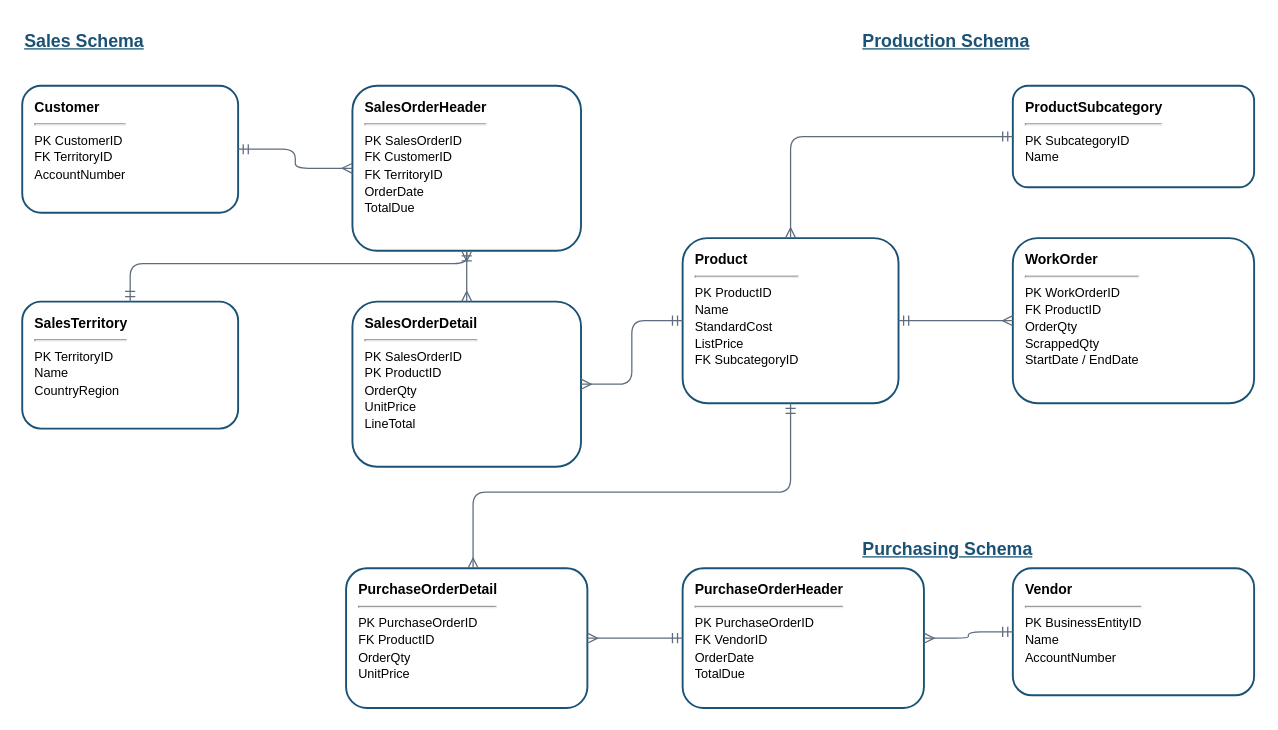
Above: visuals/ch01/src/fig-01-05-adventureworks-er.drawio in mmcodesso/Accounting_Analytics (draw.io), before the change. Source tidied: cells renumbered, new cells numbered last; positions are measured from the earlier drawing's top-left corner, leaving out a move shared by most shapes. Both pictures are drawn from the tidied source at 127%, with x=0, y=0 at pixel (22, 22).
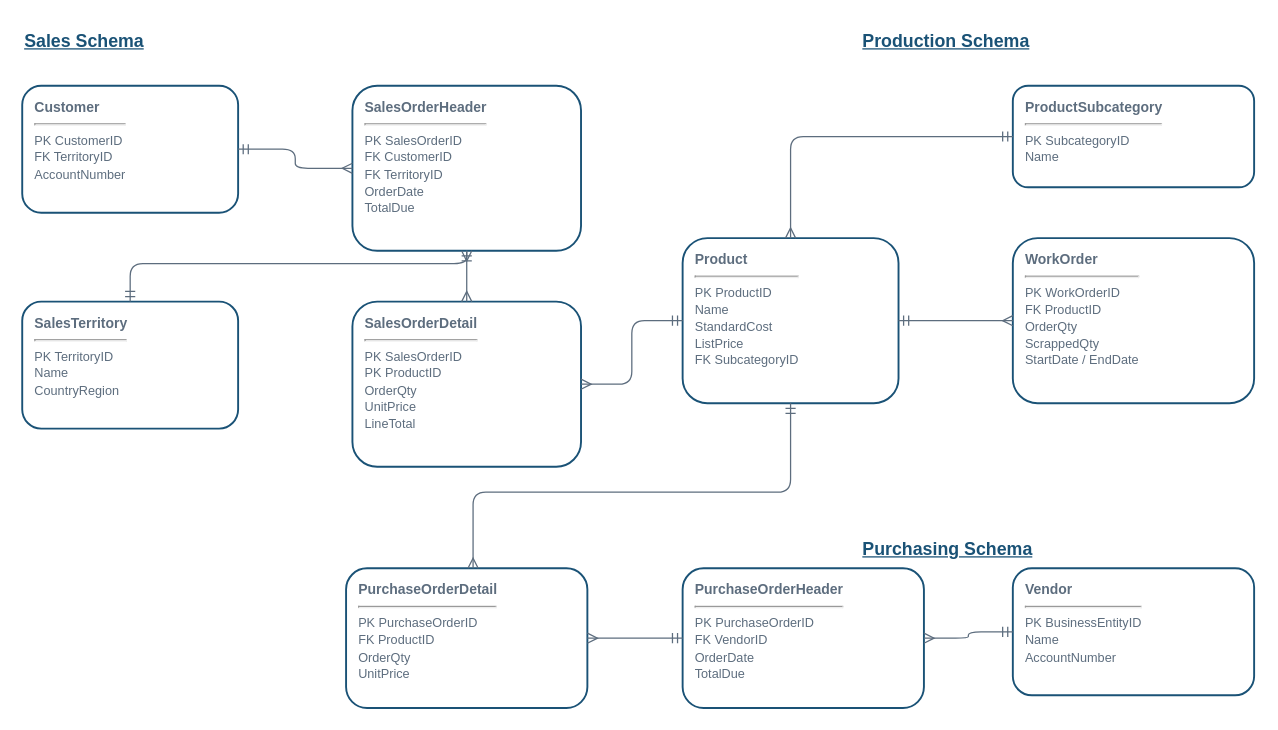
After the change.

Commit message (it also covers changes not shown here):
adjusted figures ch01

The edit, as a diff of the source:
```diff
@@
-    <mxCell id="5" value="&lt;b&gt;Customer&lt;/b&gt;&lt;hr&gt;&lt;font style='font-size:10px'&gt;PK CustomerID&lt;br&gt;FK TerritoryID&lt;br&gt;AccountNumber&lt;/font&gt;" style="rounded=1;whiteSpace=wrap;html=1;fillColor=#FFFFFF;strokeColor=#1A5276;strokeWidth=1.5;fontSize=11;fontFamily=Arial;align=left;spacingLeft=8;verticalAlign=top;spacingTop=4;" parent="1" vertex="1">
+    <mxCell id="5" value="&lt;b&gt;Customer&lt;/b&gt;&lt;hr&gt;&lt;font style=&quot;font-size:10px&quot;&gt;PK CustomerID&lt;br&gt;FK TerritoryID&lt;br&gt;AccountNumber&lt;/font&gt;" style="rounded=1;whiteSpace=wrap;html=1;fillColor=#FFFFFF;strokeColor=#1A5276;strokeWidth=1.5;fontSize=11;fontFamily=Arial;align=left;spacingLeft=8;verticalAlign=top;spacingTop=4;fontColor=#5D6D7E;" parent="1" vertex="1">
       <mxGeometry y="50" width="170" height="100" as="geometry" />
     </mxCell>
-    <mxCell id="6" value="&lt;b&gt;SalesOrderHeader&lt;/b&gt;&lt;hr&gt;&lt;font style='font-size:10px'&gt;PK SalesOrderID&lt;br&gt;FK CustomerID&lt;br&gt;FK TerritoryID&lt;br&gt;OrderDate&lt;br&gt;TotalDue&lt;/font&gt;" style="rounded=1;whiteSpace=wrap;html=1;fillColor=#FFFFFF;strokeColor=#1A5276;strokeWidth=1.5;fontSize=11;fontFamily=Arial;align=left;spacingLeft=8;verticalAlign=top;spacingTop=4;" parent="1" vertex="1">
+    <mxCell id="6" value="&lt;b&gt;SalesOrderHeader&lt;/b&gt;&lt;hr&gt;&lt;font style=&quot;font-size:10px&quot;&gt;PK SalesOrderID&lt;br&gt;FK CustomerID&lt;br&gt;FK TerritoryID&lt;br&gt;OrderDate&lt;br&gt;TotalDue&lt;/font&gt;" style="rounded=1;whiteSpace=wrap;html=1;fillColor=#FFFFFF;strokeColor=#1A5276;strokeWidth=1.5;fontSize=11;fontFamily=Arial;align=left;spacingLeft=8;verticalAlign=top;spacingTop=4;fontColor=#5D6D7E;" parent="1" vertex="1">
       <mxGeometry x="260" y="50" width="180" height="130" as="geometry" />
     </mxCell>
-    <mxCell id="7" value="&lt;b&gt;SalesOrderDetail&lt;/b&gt;&lt;hr&gt;&lt;font style='font-size:10px'&gt;PK SalesOrderID&lt;br&gt;PK ProductID&lt;br&gt;OrderQty&lt;br&gt;UnitPrice&lt;br&gt;LineTotal&lt;/font&gt;" style="rounded=1;whiteSpace=wrap;html=1;fillColor=#FFFFFF;strokeColor=#1A5276;strokeWidth=1.5;fontSize=11;fontFamily=Arial;align=left;spacingLeft=8;verticalAlign=top;spacingTop=4;" parent="1" vertex="1">
+    <mxCell id="7" value="&lt;b&gt;SalesOrderDetail&lt;/b&gt;&lt;hr&gt;&lt;font style=&quot;font-size:10px&quot;&gt;PK SalesOrderID&lt;br&gt;PK ProductID&lt;br&gt;OrderQty&lt;br&gt;UnitPrice&lt;br&gt;LineTotal&lt;/font&gt;" style="rounded=1;whiteSpace=wrap;html=1;fillColor=#FFFFFF;strokeColor=#1A5276;strokeWidth=1.5;fontSize=11;fontFamily=Arial;align=left;spacingLeft=8;verticalAlign=top;spacingTop=4;fontColor=#5D6D7E;" parent="1" vertex="1">
       <mxGeometry x="260" y="220" width="180" height="130" as="geometry" />
     </mxCell>
-    <mxCell id="8" value="&lt;b&gt;SalesTerritory&lt;/b&gt;&lt;hr&gt;&lt;font style='font-size:10px'&gt;PK TerritoryID&lt;br&gt;Name&lt;br&gt;CountryRegion&lt;/font&gt;" style="rounded=1;whiteSpace=wrap;html=1;fillColor=#FFFFFF;strokeColor=#1A5276;strokeWidth=1.5;fontSize=11;fontFamily=Arial;align=left;spacingLeft=8;verticalAlign=top;spacingTop=4;" parent="1" vertex="1">
+    <mxCell id="8" value="&lt;b&gt;SalesTerritory&lt;/b&gt;&lt;hr&gt;&lt;font style=&quot;font-size:10px&quot;&gt;PK TerritoryID&lt;br&gt;Name&lt;br&gt;CountryRegion&lt;/font&gt;" style="rounded=1;whiteSpace=wrap;html=1;fillColor=#FFFFFF;strokeColor=#1A5276;strokeWidth=1.5;fontSize=11;fontFamily=Arial;align=left;spacingLeft=8;verticalAlign=top;spacingTop=4;fontColor=#5D6D7E;" parent="1" vertex="1">
       <mxGeometry y="220" width="170" height="100" as="geometry" />
     </mxCell>
-    <mxCell id="9" value="&lt;b&gt;Product&lt;/b&gt;&lt;hr&gt;&lt;font style='font-size:10px'&gt;PK ProductID&lt;br&gt;Name&lt;br&gt;StandardCost&lt;br&gt;ListPrice&lt;br&gt;FK SubcategoryID&lt;/font&gt;" style="rounded=1;whiteSpace=wrap;html=1;fillColor=#FFFFFF;strokeColor=#1A5276;strokeWidth=1.5;fontSize=11;fontFamily=Arial;align=left;spacingLeft=8;verticalAlign=top;spacingTop=4;" parent="1" vertex="1">
+    <mxCell id="9" value="&lt;b&gt;Product&lt;/b&gt;&lt;hr&gt;&lt;font style=&quot;font-size:10px&quot;&gt;PK ProductID&lt;br&gt;Name&lt;br&gt;StandardCost&lt;br&gt;ListPrice&lt;br&gt;FK SubcategoryID&lt;/font&gt;" style="rounded=1;whiteSpace=wrap;html=1;fillColor=#FFFFFF;strokeColor=#1A5276;strokeWidth=1.5;fontSize=11;fontFamily=Arial;align=left;spacingLeft=8;verticalAlign=top;spacingTop=4;fontColor=#5D6D7E;" parent="1" vertex="1">
       <mxGeometry x="520" y="170" width="170" height="130" as="geometry" />
     </mxCell>
-    <mxCell id="10" value="&lt;b&gt;ProductSubcategory&lt;/b&gt;&lt;hr&gt;&lt;font style='font-size:10px'&gt;PK SubcategoryID&lt;br&gt;Name&lt;/font&gt;" style="rounded=1;whiteSpace=wrap;html=1;fillColor=#FFFFFF;strokeColor=#1A5276;strokeWidth=1.5;fontSize=11;fontFamily=Arial;align=left;spacingLeft=8;verticalAlign=top;spacingTop=4;" parent="1" vertex="1">
+    <mxCell id="10" value="&lt;b&gt;ProductSubcategory&lt;/b&gt;&lt;hr&gt;&lt;font style=&quot;font-size:10px&quot;&gt;PK SubcategoryID&lt;br&gt;Name&lt;/font&gt;" style="rounded=1;whiteSpace=wrap;html=1;fillColor=#FFFFFF;strokeColor=#1A5276;strokeWidth=1.5;fontSize=11;fontFamily=Arial;align=left;spacingLeft=8;verticalAlign=top;spacingTop=4;fontColor=#5D6D7E;" parent="1" vertex="1">
       <mxGeometry x="780" y="50" width="190" height="80" as="geometry" />
     </mxCell>
-    <mxCell id="11" value="&lt;b&gt;WorkOrder&lt;/b&gt;&lt;hr&gt;&lt;font style='font-size:10px'&gt;PK WorkOrderID&lt;br&gt;FK ProductID&lt;br&gt;OrderQty&lt;br&gt;ScrappedQty&lt;br&gt;StartDate / EndDate&lt;/font&gt;" style="rounded=1;whiteSpace=wrap;html=1;fillColor=#FFFFFF;strokeColor=#1A5276;strokeWidth=1.5;fontSize=11;fontFamily=Arial;align=left;spacingLeft=8;verticalAlign=top;spacingTop=4;" parent="1" vertex="1">
+    <mxCell id="11" value="&lt;b&gt;WorkOrder&lt;/b&gt;&lt;hr&gt;&lt;font style=&quot;font-size:10px&quot;&gt;PK WorkOrderID&lt;br&gt;FK ProductID&lt;br&gt;OrderQty&lt;br&gt;ScrappedQty&lt;br&gt;StartDate / EndDate&lt;/font&gt;" style="rounded=1;whiteSpace=wrap;html=1;fillColor=#FFFFFF;strokeColor=#1A5276;strokeWidth=1.5;fontSize=11;fontFamily=Arial;align=left;spacingLeft=8;verticalAlign=top;spacingTop=4;fontColor=#5D6D7E;" parent="1" vertex="1">
       <mxGeometry x="780" y="170" width="190" height="130" as="geometry" />
     </mxCell>
-    <mxCell id="12" value="&lt;b&gt;Vendor&lt;/b&gt;&lt;hr&gt;&lt;font style='font-size:10px'&gt;PK BusinessEntityID&lt;br&gt;Name&lt;br&gt;AccountNumber&lt;/font&gt;" style="rounded=1;whiteSpace=wrap;html=1;fillColor=#FFFFFF;strokeColor=#1A5276;strokeWidth=1.5;fontSize=11;fontFamily=Arial;align=left;spacingLeft=8;verticalAlign=top;spacingTop=4;" parent="1" vertex="1">
+    <mxCell id="12" value="&lt;b&gt;Vendor&lt;/b&gt;&lt;hr&gt;&lt;font style=&quot;font-size:10px&quot;&gt;PK BusinessEntityID&lt;br&gt;Name&lt;br&gt;AccountNumber&lt;/font&gt;" style="rounded=1;whiteSpace=wrap;html=1;fillColor=#FFFFFF;strokeColor=#1A5276;strokeWidth=1.5;fontSize=11;fontFamily=Arial;align=left;spacingLeft=8;verticalAlign=top;spacingTop=4;fontColor=#5D6D7E;" parent="1" vertex="1">
       <mxGeometry x="780" y="430" width="190" height="100" as="geometry" />
     </mxCell>
-    <mxCell id="13" value="&lt;b&gt;PurchaseOrderHeader&lt;/b&gt;&lt;hr&gt;&lt;font style='font-size:10px'&gt;PK PurchaseOrderID&lt;br&gt;FK VendorID&lt;br&gt;OrderDate&lt;br&gt;TotalDue&lt;/font&gt;" style="rounded=1;whiteSpace=wrap;html=1;fillColor=#FFFFFF;strokeColor=#1A5276;strokeWidth=1.5;fontSize=11;fontFamily=Arial;align=left;spacingLeft=8;verticalAlign=top;spacingTop=4;" parent="1" vertex="1">
+    <mxCell id="13" value="&lt;b&gt;PurchaseOrderHeader&lt;/b&gt;&lt;hr&gt;&lt;font style=&quot;font-size:10px&quot;&gt;PK PurchaseOrderID&lt;br&gt;FK VendorID&lt;br&gt;OrderDate&lt;br&gt;TotalDue&lt;/font&gt;" style="rounded=1;whiteSpace=wrap;html=1;fillColor=#FFFFFF;strokeColor=#1A5276;strokeWidth=1.5;fontSize=11;fontFamily=Arial;align=left;spacingLeft=8;verticalAlign=top;spacingTop=4;fontColor=#5D6D7E;" parent="1" vertex="1">
       <mxGeometry x="520" y="430" width="190" height="110" as="geometry" />
     </mxCell>
-    <mxCell id="14" value="&lt;b&gt;PurchaseOrderDetail&lt;/b&gt;&lt;hr&gt;&lt;font style='font-size:10px'&gt;PK PurchaseOrderID&lt;br&gt;FK ProductID&lt;br&gt;OrderQty&lt;br&gt;UnitPrice&lt;/font&gt;" style="rounded=1;whiteSpace=wrap;html=1;fillColor=#FFFFFF;strokeColor=#1A5276;strokeWidth=1.5;fontSize=11;fontFamily=Arial;align=left;spacingLeft=8;verticalAlign=top;spacingTop=4;" parent="1" vertex="1">
+    <mxCell id="14" value="&lt;b&gt;PurchaseOrderDetail&lt;/b&gt;&lt;hr&gt;&lt;font style=&quot;font-size:10px&quot;&gt;PK PurchaseOrderID&lt;br&gt;FK ProductID&lt;br&gt;OrderQty&lt;br&gt;UnitPrice&lt;/font&gt;" style="rounded=1;whiteSpace=wrap;html=1;fillColor=#FFFFFF;strokeColor=#1A5276;strokeWidth=1.5;fontSize=11;fontFamily=Arial;align=left;spacingLeft=8;verticalAlign=top;spacingTop=4;fontColor=#5D6D7E;" parent="1" vertex="1">
       <mxGeometry x="255" y="430" width="190" height="110" as="geometry" />
     </mxCell>
-    <mxCell id="15" style="edgeStyle=orthogonalEdgeStyle;endArrow=ERmany;startArrow=ERmandOne;strokeColor=#5D6D7E;strokeWidth=1;" parent="1" edge="1" source="5" target="6">
+    <mxCell id="15" style="edgeStyle=orthogonalEdgeStyle;endArrow=ERmany;startArrow=ERmandOne;strokeColor=#5D6D7E;strokeWidth=1;fontColor=#5D6D7E;" parent="1" edge="1" source="5" target="6">
       <mxGeometry relative="1" as="geometry" />
     </mxCell>
-    <mxCell id="16" style="edgeStyle=orthogonalEdgeStyle;endArrow=ERmany;startArrow=ERmandOne;strokeColor=#5D6D7E;strokeWidth=1;" parent="1" edge="1" source="8" target="6">
+    <mxCell id="16" style="edgeStyle=orthogonalEdgeStyle;endArrow=ERmany;startArrow=ERmandOne;strokeColor=#5D6D7E;strokeWidth=1;fontColor=#5D6D7E;" parent="1" edge="1" source="8" target="6">
       <mxGeometry relative="1" as="geometry">
         <Array as="points">
           <mxPoint x="85" y="190" />
           <mxPoint x="350" y="190" />
         </Array>
       </mxGeometry>
     </mxCell>
-    <mxCell id="17" style="edgeStyle=orthogonalEdgeStyle;endArrow=ERmany;startArrow=ERmandOne;strokeColor=#5D6D7E;strokeWidth=1;" parent="1" edge="1" source="6" target="7">
+    <mxCell id="17" style="edgeStyle=orthogonalEdgeStyle;endArrow=ERmany;startArrow=ERmandOne;strokeColor=#5D6D7E;strokeWidth=1;fontColor=#5D6D7E;" parent="1" edge="1" source="6" target="7">
       <mxGeometry relative="1" as="geometry" />
     </mxCell>
-    <mxCell id="18" style="edgeStyle=orthogonalEdgeStyle;endArrow=ERmany;startArrow=ERmandOne;strokeColor=#5D6D7E;strokeWidth=1;" parent="1" edge="1" source="9" target="7">
+    <mxCell id="18" style="edgeStyle=orthogonalEdgeStyle;endArrow=ERmany;startArrow=ERmandOne;strokeColor=#5D6D7E;strokeWidth=1;fontColor=#5D6D7E;" parent="1" edge="1" source="9" target="7">
       <mxGeometry relative="1" as="geometry" />
     </mxCell>
-    <mxCell id="19" style="edgeStyle=orthogonalEdgeStyle;endArrow=ERmany;startArrow=ERmandOne;strokeColor=#5D6D7E;strokeWidth=1;" parent="1" edge="1" source="10" target="9">
+    <mxCell id="19" style="edgeStyle=orthogonalEdgeStyle;endArrow=ERmany;startArrow=ERmandOne;strokeColor=#5D6D7E;strokeWidth=1;fontColor=#5D6D7E;" parent="1" edge="1" source="10" target="9">
       <mxGeometry relative="1" as="geometry" />
     </mxCell>
-    <mxCell id="20" style="edgeStyle=orthogonalEdgeStyle;endArrow=ERmany;startArrow=ERmandOne;strokeColor=#5D6D7E;strokeWidth=1;" parent="1" edge="1" source="9" target="11">
+    <mxCell id="20" style="edgeStyle=orthogonalEdgeStyle;endArrow=ERmany;startArrow=ERmandOne;strokeColor=#5D6D7E;strokeWidth=1;fontColor=#5D6D7E;" parent="1" edge="1" source="9" target="11">
       <mxGeometry relative="1" as="geometry" />
     </mxCell>
-    <mxCell id="21" style="edgeStyle=orthogonalEdgeStyle;endArrow=ERmany;startArrow=ERmandOne;strokeColor=#5D6D7E;strokeWidth=1;" parent="1" edge="1" source="12" target="13">
+    <mxCell id="21" style="edgeStyle=orthogonalEdgeStyle;endArrow=ERmany;startArrow=ERmandOne;strokeColor=#5D6D7E;strokeWidth=1;fontColor=#5D6D7E;" parent="1" edge="1" source="12" target="13">
       <mxGeometry relative="1" as="geometry" />
     </mxCell>
-    <mxCell id="22" style="edgeStyle=orthogonalEdgeStyle;endArrow=ERmany;startArrow=ERmandOne;strokeColor=#5D6D7E;strokeWidth=1;" parent="1" edge="1" source="13" target="14">
+    <mxCell id="22" style="edgeStyle=orthogonalEdgeStyle;endArrow=ERmany;startArrow=ERmandOne;strokeColor=#5D6D7E;strokeWidth=1;fontColor=#5D6D7E;" parent="1" edge="1" source="13" target="14">
       <mxGeometry relative="1" as="geometry" />
     </mxCell>
-    <mxCell id="23" style="edgeStyle=orthogonalEdgeStyle;endArrow=ERmany;startArrow=ERmandOne;strokeColor=#5D6D7E;strokeWidth=1;" parent="1" edge="1" source="9" target="14">
+    <mxCell id="23" style="edgeStyle=orthogonalEdgeStyle;endArrow=ERmany;startArrow=ERmandOne;strokeColor=#5D6D7E;strokeWidth=1;fontColor=#5D6D7E;" parent="1" edge="1" source="9" target="14">
       <mxGeometry relative="1" as="geometry">
         <Array as="points">
           <mxPoint x="605" y="370" />
           <mxPoint x="355" y="370" />
         </Array>
       </mxGeometry>
     </mxCell>
```
